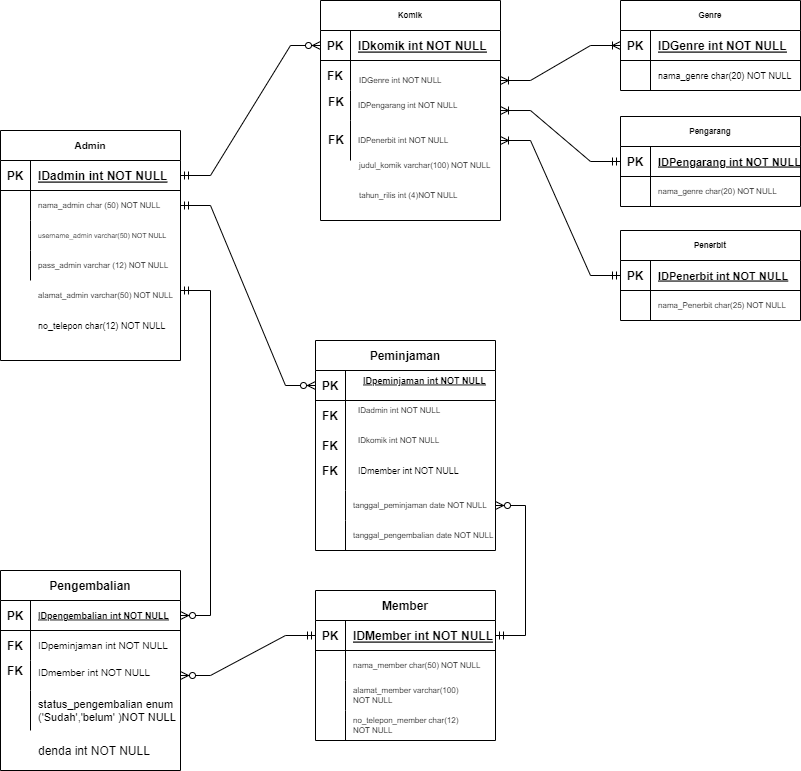
The draw.io diagram Pertemuan 5/Pertemuan 5.drawio.png in Naufalzaki05/IF214002, before a commit. Source tidied: cells renumbered, new cells last; positions are measured from the earlier drawing's top-left corner, leaving out a move shared by most shapes.
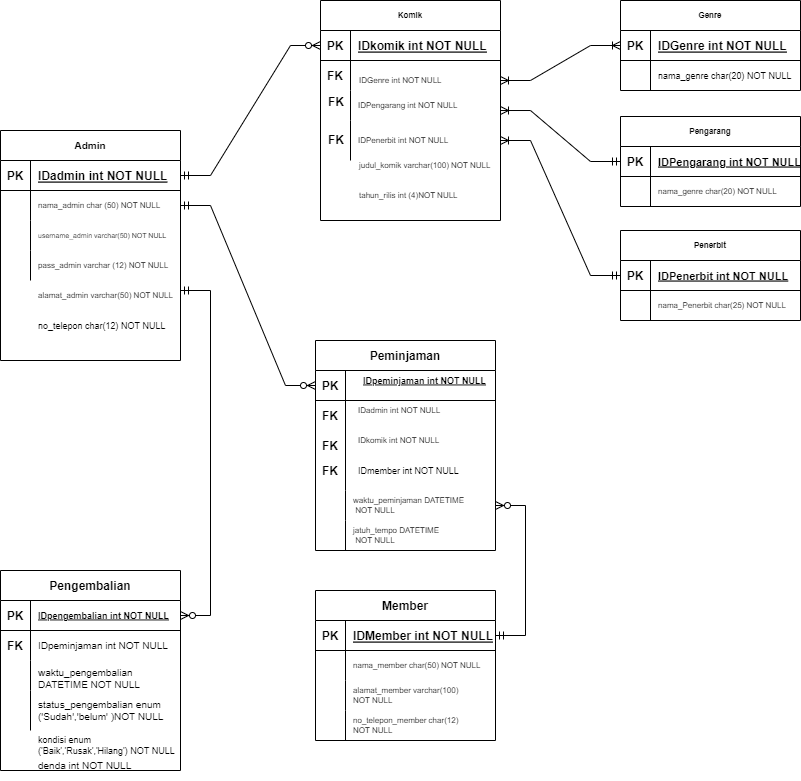
After the change.

Change to the diagram source:
```diff
@@ -158,7 +158,7 @@
     <mxCell id="53" style="shape=partialRectangle;fillColor=none;top=0;left=0;bottom=0;right=0;overflow=hidden;" parent="52" vertex="1">
       <mxGeometry width="30" height="30" as="geometry" />
     </mxCell>
-    <mxCell id="54" value="tanggal_peminjaman date NOT NULL" style="shape=partialRectangle;fillColor=none;top=0;left=0;bottom=0;right=0;align=left;spacingLeft=6;overflow=hidden;fontSize=8;" parent="52" vertex="1">
+    <mxCell id="54" value="waktu_peminjaman DATETIME &#10; NOT NULL" style="shape=partialRectangle;fillColor=none;top=0;left=0;bottom=0;right=0;align=left;spacingLeft=6;overflow=hidden;fontSize=8;" parent="52" vertex="1">
       <mxGeometry x="30" width="150" height="30" as="geometry" />
     </mxCell>
     <mxCell id="55" style="shape=tableRow;horizontal=0;startSize=0;swimlaneHead=0;swimlaneBody=0;fillColor=none;top=0;left=0;right=0;bottom=0;" parent="45" vertex="1">
@@ -167,7 +167,7 @@
     <mxCell id="56" style="shape=partialRectangle;fillColor=none;top=0;left=0;bottom=0;right=0;overflow=hidden;" parent="55" vertex="1">
       <mxGeometry width="30" height="30" as="geometry" />
     </mxCell>
-    <mxCell id="57" value="tanggal_pengembalian date NOT NULL" style="shape=partialRectangle;fillColor=none;top=0;left=0;bottom=0;right=0;align=left;spacingLeft=6;overflow=hidden;fontSize=8;" parent="55" vertex="1">
+    <mxCell id="57" value="jatuh_tempo DATETIME &#10; NOT NULL" style="shape=partialRectangle;fillColor=none;top=0;left=0;bottom=0;right=0;align=left;spacingLeft=6;overflow=hidden;fontSize=8;" parent="55" vertex="1">
       <mxGeometry x="30" width="150" height="30" as="geometry" />
     </mxCell>
     <mxCell id="58" value="IDpeminjaman int NOT NULL" style="shape=partialRectangle;fillColor=none;top=0;left=0;bottom=0;right=0;align=left;spacingLeft=6;fontStyle=5;overflow=hidden;fontSize=9;" parent="1" vertex="1">
@@ -209,16 +209,16 @@
     <mxCell id="70" style="shape=partialRectangle;fillColor=none;top=0;left=0;bottom=0;right=0;overflow=hidden;" parent="69" vertex="1">
       <mxGeometry width="30" height="30" as="geometry" />
     </mxCell>
-    <mxCell id="71" value="IDmember int NOT NULL" style="shape=partialRectangle;fillColor=none;top=0;left=0;bottom=0;right=0;align=left;spacingLeft=6;overflow=hidden;verticalAlign=top;fontSize=10;" parent="69" vertex="1">
+    <mxCell id="71" value="waktu_pengembalian &#10;DATETIME NOT NULL" style="shape=partialRectangle;fillColor=none;top=0;left=0;bottom=0;right=0;align=left;spacingLeft=6;overflow=hidden;verticalAlign=top;fontSize=10;" parent="69" vertex="1">
       <mxGeometry x="30" width="150" height="30" as="geometry" />
     </mxCell>
-    <mxCell id="72" style="shape=tableRow;horizontal=0;startSize=0;swimlaneHead=0;swimlaneBody=0;fillColor=none;top=0;left=0;right=0;bottom=0;" parent="62" vertex="1">
+    <mxCell id="72" style="shape=tableRow;horizontal=0;startSize=0;swimlaneHead=0;swimlaneBody=0;fillColor=none;top=0;left=0;right=0;bottom=0;fontSize=10;" parent="62" vertex="1">
       <mxGeometry y="120" width="180" height="40" as="geometry" />
     </mxCell>
     <mxCell id="73" style="shape=partialRectangle;fillColor=none;top=0;left=0;bottom=0;right=0;overflow=hidden;" parent="72" vertex="1">
       <mxGeometry width="30" height="40" as="geometry" />
     </mxCell>
-    <mxCell id="74" value="status_pengembalian enum&#10;('Sudah','belum' )NOT NULL" style="shape=partialRectangle;fillColor=none;top=0;left=0;bottom=0;right=0;align=left;spacingLeft=6;overflow=hidden;fontSize=11;" parent="72" vertex="1">
+    <mxCell id="74" value="status_pengembalian enum&#10;('Sudah','belum' )NOT NULL" style="shape=partialRectangle;fillColor=none;top=0;left=0;bottom=0;right=0;align=left;spacingLeft=6;overflow=hidden;fontSize=10;" parent="72" vertex="1">
       <mxGeometry x="30" width="150" height="40" as="geometry" />
     </mxCell>
     <mxCell id="75" style="edgeStyle=entityRelationEdgeStyle;fontSize=12;html=1;endArrow=ERzeroToMany;startArrow=ERmandOne;rounded=0;exitX=1;exitY=0.5;exitDx=0;exitDy=0;entryX=0;entryY=0.5;entryDx=0;entryDy=0;" parent="1" edge="1" source="3" target="18">
@@ -232,9 +232,6 @@
         <mxPoint x="180" y="290" as="sourcePoint" />
       </mxGeometry>
     </mxCell>
-    <mxCell id="78" style="edgeStyle=entityRelationEdgeStyle;fontSize=12;html=1;endArrow=ERzeroToMany;startArrow=ERmandOne;rounded=0;entryX=1;entryY=0.5;entryDx=0;entryDy=0;exitX=0;exitY=0.5;exitDx=0;exitDy=0;" parent="1" edge="1" source="33" target="69">
-      <mxGeometry relative="1" as="geometry" />
-    </mxCell>
     <mxCell id="79" value="FK" style="shape=partialRectangle;fillColor=none;top=0;left=0;bottom=0;right=0;overflow=hidden;fontStyle=1;" parent="1" vertex="1">
       <mxGeometry x="315" y="400" width="30" height="30" as="geometry" />
     </mxCell>
@@ -333,14 +330,14 @@
     <mxCell id="110" style="edgeStyle=entityRelationEdgeStyle;fontSize=12;html=1;endArrow=ERoneToMany;startArrow=ERmandOne;rounded=0;entryX=1;entryY=0.5;entryDx=0;entryDy=0;exitX=0;exitY=0.5;exitDx=0;exitDy=0;" parent="1" edge="1" source="104" target="27">
       <mxGeometry relative="1" as="geometry" />
     </mxCell>
-    <mxCell id="111" value="denda int NOT NULL" style="shape=partialRectangle;fillColor=none;top=0;left=0;bottom=0;right=0;align=left;spacingLeft=6;overflow=hidden;" parent="1" vertex="1">
-      <mxGeometry x="30" y="730" width="150" height="40" as="geometry" />
+    <mxCell id="111" value="kondisi enum&#10;('Baik','Rusak','Hilang') NOT NULL" style="shape=partialRectangle;fillColor=none;top=0;left=0;bottom=0;right=0;align=left;spacingLeft=6;overflow=hidden;fontSize=9;" parent="1" vertex="1">
+      <mxGeometry x="30" y="730" width="150" height="30" as="geometry" />
     </mxCell>
     <mxCell id="112" style="edgeStyle=entityRelationEdgeStyle;fontSize=12;html=1;endArrow=ERzeroToMany;startArrow=ERmandOne;rounded=0;exitX=1;exitY=0.5;exitDx=0;exitDy=0;entryX=1;entryY=0.5;entryDx=0;entryDy=0;" parent="1" edge="1" source="33" target="52">
       <mxGeometry relative="1" as="geometry" />
     </mxCell>
-    <mxCell id="113" value="FK" style="shape=partialRectangle;fillColor=none;top=0;left=0;bottom=0;right=0;overflow=hidden;fontStyle=1;" parent="1" vertex="1">
-      <mxGeometry y="655" width="30" height="30" as="geometry" />
-    </mxCell>
+    <mxCell id="114" value="denda int NOT NULL" style="shape=partialRectangle;fillColor=none;top=0;left=0;bottom=0;right=0;align=left;spacingLeft=6;overflow=hidden;fontSize=10;" parent="1" vertex="1">
+      <mxGeometry x="30" y="750" width="150" height="30" as="geometry" />
+    </mxCell>
   </root>
 </mxGraphModel>
```
